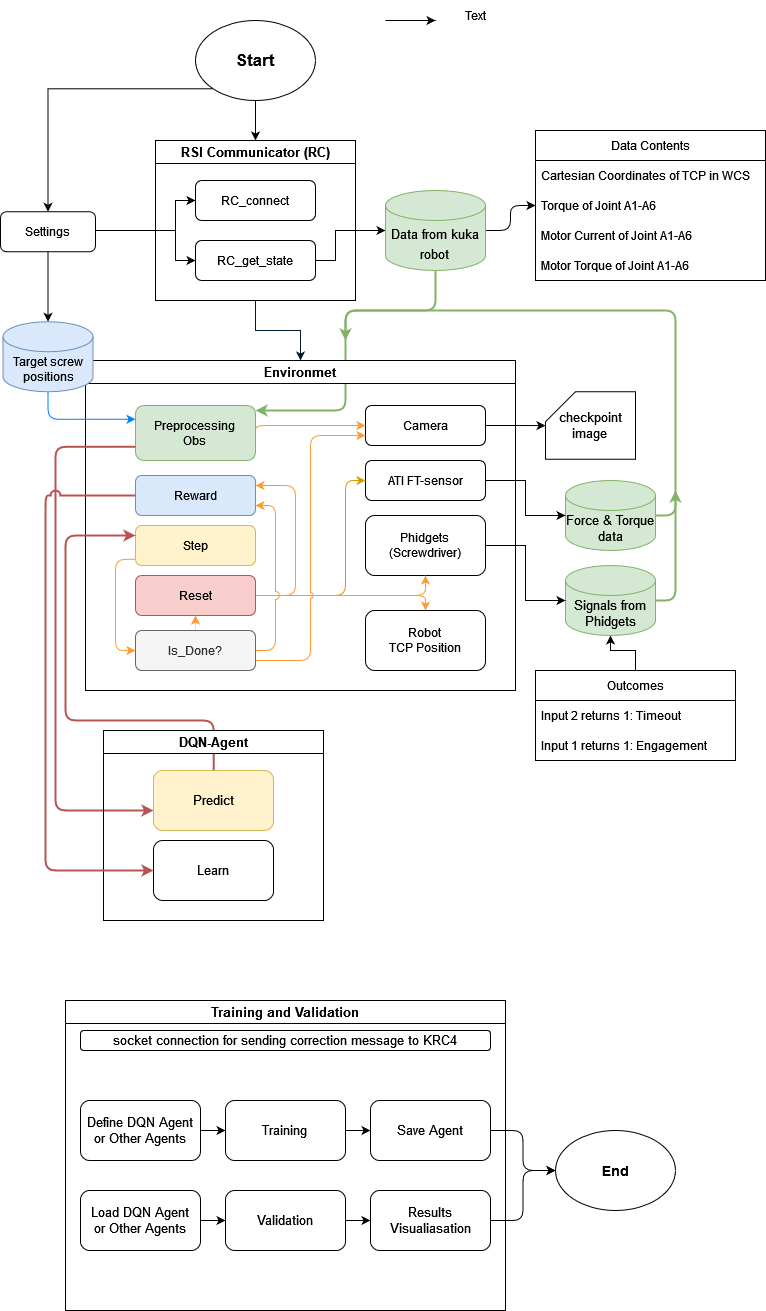
Above: New_Worflow.png in TONiiV/flowcharts (draw.io), before the change. Source tidied: cells renumbered, new cells last; positions are measured from the earlier drawing's top-left corner, leaving out a move shared by most shapes.
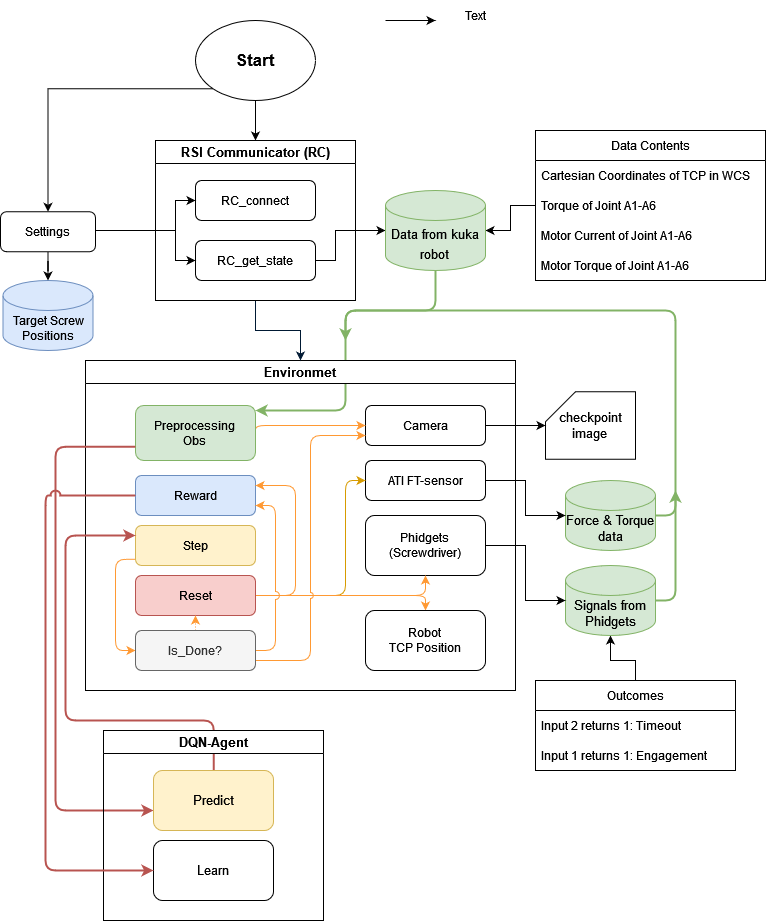
The same diagram one commit later.

The edit, as a diff of the source:
```diff
@@ -34,7 +34,7 @@
         </Array>
       </mxGeometry>
     </mxCell>
-    <mxCell id="9" style="edgeStyle=orthogonalEdgeStyle;rounded=1;jettySize=auto;html=1;exitX=1;exitY=0.5;exitDx=0;exitDy=0;exitPerimeter=0;fontSize=12;strokeWidth=1;" parent="1" edge="1" source="10" target="52">
+    <mxCell id="9" style="edgeStyle=orthogonalEdgeStyle;rounded=0;jettySize=auto;html=1;fontSize=12;strokeWidth=1;entryX=1;entryY=0.5;entryDx=0;entryDy=0;entryPerimeter=0;" parent="1" edge="1" source="52" target="10">
       <mxGeometry relative="1" as="geometry" />
     </mxCell>
     <mxCell id="10" value="&lt;font style=&quot;font-size: 13px&quot;&gt;Data from kuka robot&lt;br&gt;&lt;/font&gt;" style="shape=cylinder3;whiteSpace=wrap;html=1;boundedLbl=1;backgroundOutline=1;size=15;fontSize=17;fillColor=#d5e8d4;strokeColor=#82b366;" parent="1" vertex="1">
@@ -159,51 +159,6 @@
     <mxCell id="36" style="edgeStyle=orthogonalEdgeStyle;rounded=0;jettySize=auto;html=1;fontSize=13;" parent="1" edge="1" source="12" target="35">
       <mxGeometry relative="1" as="geometry" />
     </mxCell>
-    <mxCell id="37" value="Training and Validation" style="swimlane;fontSize=13;" parent="1" vertex="1">
-      <mxGeometry x="65" y="1000" width="440" height="310" as="geometry" />
-    </mxCell>
-    <mxCell id="38" style="edgeStyle=orthogonalEdgeStyle;rounded=0;jettySize=auto;html=1;exitX=1;exitY=0.5;exitDx=0;exitDy=0;entryX=0;entryY=0.5;entryDx=0;entryDy=0;fontSize=13;strokeWidth=1;" parent="37" edge="1" source="39" target="41">
-      <mxGeometry relative="1" as="geometry" />
-    </mxCell>
-    <mxCell id="39" value="&lt;div&gt;Define DQN Agent&lt;/div&gt;&lt;div&gt;or Other Agents&lt;br&gt;&lt;/div&gt;" style="rounded=1;whiteSpace=wrap;html=1;fontSize=13;" parent="37" vertex="1">
-      <mxGeometry x="15" y="100" width="120" height="60" as="geometry" />
-    </mxCell>
-    <mxCell id="40" style="edgeStyle=orthogonalEdgeStyle;rounded=1;jettySize=auto;html=1;exitX=1;exitY=0.5;exitDx=0;exitDy=0;entryX=0;entryY=0.5;entryDx=0;entryDy=0;fontSize=13;strokeWidth=1;" parent="37" edge="1" source="41" target="43">
-      <mxGeometry relative="1" as="geometry" />
-    </mxCell>
-    <mxCell id="41" value="&lt;div&gt;Training&lt;br&gt;&lt;/div&gt;" style="rounded=1;whiteSpace=wrap;html=1;fontSize=13;" parent="37" vertex="1">
-      <mxGeometry x="160" y="100" width="120" height="60" as="geometry" />
-    </mxCell>
-    <mxCell id="42" value="socket connection for sending correction message to KRC4" style="rounded=1;whiteSpace=wrap;html=1;fontSize=13;" parent="37" vertex="1">
-      <mxGeometry x="15" y="30" width="410" height="20" as="geometry" />
-    </mxCell>
-    <mxCell id="43" value="Save Agent" style="rounded=1;whiteSpace=wrap;html=1;fontSize=13;" parent="37" vertex="1">
-      <mxGeometry x="305" y="100" width="120" height="60" as="geometry" />
-    </mxCell>
-    <mxCell id="44" style="edgeStyle=orthogonalEdgeStyle;rounded=1;jettySize=auto;html=1;exitX=1;exitY=0.5;exitDx=0;exitDy=0;entryX=0;entryY=0.5;entryDx=0;entryDy=0;fontSize=13;strokeWidth=1;" parent="37" edge="1" source="45" target="47">
-      <mxGeometry relative="1" as="geometry" />
-    </mxCell>
-    <mxCell id="45" value="&lt;div&gt;Load DQN Agent&lt;/div&gt;&lt;div&gt;or Other Agents&lt;br&gt;&lt;/div&gt;" style="rounded=1;whiteSpace=wrap;html=1;fontSize=13;" parent="37" vertex="1">
-      <mxGeometry x="15" y="190" width="120" height="60" as="geometry" />
-    </mxCell>
-    <mxCell id="46" style="edgeStyle=orthogonalEdgeStyle;rounded=1;jettySize=auto;html=1;exitX=1;exitY=0.5;exitDx=0;exitDy=0;entryX=0;entryY=0.5;entryDx=0;entryDy=0;fontSize=13;strokeWidth=1;" parent="37" edge="1" source="47" target="48">
-      <mxGeometry relative="1" as="geometry" />
-    </mxCell>
-    <mxCell id="47" value="Validation" style="rounded=1;whiteSpace=wrap;html=1;fontSize=13;" parent="37" vertex="1">
-      <mxGeometry x="160" y="190" width="120" height="60" as="geometry" />
-    </mxCell>
-    <mxCell id="48" value="Results Visualiasation" style="rounded=1;whiteSpace=wrap;html=1;fontSize=13;" parent="37" vertex="1">
-      <mxGeometry x="305" y="190" width="120" height="60" as="geometry" />
-    </mxCell>
-    <mxCell id="49" value="&lt;b&gt;&lt;font style=&quot;font-size: 14px&quot;&gt;End&lt;/font&gt;&lt;/b&gt;" style="ellipse;whiteSpace=wrap;html=1;" parent="1" vertex="1">
-      <mxGeometry x="555" y="1130" width="120" height="80" as="geometry" />
-    </mxCell>
-    <mxCell id="50" style="edgeStyle=orthogonalEdgeStyle;rounded=1;jettySize=auto;html=1;exitX=1;exitY=0.5;exitDx=0;exitDy=0;fontSize=14;strokeWidth=1;" parent="1" edge="1" source="43" target="49">
-      <mxGeometry relative="1" as="geometry" />
-    </mxCell>
-    <mxCell id="51" style="edgeStyle=orthogonalEdgeStyle;rounded=1;jettySize=auto;html=1;exitX=1;exitY=0.5;exitDx=0;exitDy=0;fontSize=14;strokeWidth=1;" parent="1" edge="1" source="48" target="49">
-      <mxGeometry relative="1" as="geometry" />
-    </mxCell>
     <mxCell id="52" value="Data Contents" style="swimlane;fontStyle=0;horizontal=1;startSize=30;fontSize=12;" parent="1" vertex="1">
       <mxGeometry x="535" y="130" width="230" height="150" as="geometry" />
     </mxCell>
@@ -219,11 +174,8 @@
     <mxCell id="56" value="Motor Torque of Joint A1-A6 " style="text;strokeColor=none;fillColor=none;align=left;verticalAlign=middle;spacingLeft=4;spacingRight=4;overflow=hidden;fontSize=12;" parent="52" vertex="1">
       <mxGeometry y="120" width="230" height="30" as="geometry" />
     </mxCell>
-    <mxCell id="57" style="edgeStyle=orthogonalEdgeStyle;rounded=1;jettySize=auto;html=1;exitX=0.5;exitY=1;exitDx=0;exitDy=0;exitPerimeter=0;entryX=0;entryY=0.25;entryDx=0;entryDy=0;strokeColor=#007FFF;" parent="1" edge="1" source="58" target="16">
-      <mxGeometry relative="1" as="geometry" />
-    </mxCell>
-    <mxCell id="58" value="Target screw positions" style="shape=cylinder3;whiteSpace=wrap;html=1;boundedLbl=1;backgroundOutline=1;size=15;fillColor=#dae8fc;strokeColor=#6c8ebf;" parent="1" vertex="1">
-      <mxGeometry x="2.5" y="321.2" width="90" height="70" as="geometry" />
+    <mxCell id="58" value="Target Screw Positions" style="shape=cylinder3;whiteSpace=wrap;html=1;boundedLbl=1;backgroundOutline=1;size=15;fillColor=#dae8fc;strokeColor=#6c8ebf;" parent="1" vertex="1">
+      <mxGeometry x="2.5" y="280" width="90" height="70" as="geometry" />
     </mxCell>
     <mxCell id="59" style="edgeStyle=orthogonalEdgeStyle;rounded=1;jettySize=auto;html=1;exitX=1;exitY=0.5;exitDx=0;exitDy=0;exitPerimeter=0;fillColor=#d5e8d4;strokeColor=#82b366;strokeWidth=2;" parent="1" edge="1" source="61">
       <mxGeometry relative="1" as="geometry">
@@ -233,8 +185,8 @@
     <mxCell id="60" style="edgeStyle=orthogonalEdgeStyle;rounded=0;jettySize=auto;html=1;exitX=0.5;exitY=0;exitDx=0;exitDy=0;strokeWidth=1;entryX=0.5;entryY=1;entryDx=0;entryDy=0;entryPerimeter=0;" parent="1" edge="1" source="63" target="61">
       <mxGeometry relative="1" as="geometry">
         <Array as="points">
-          <mxPoint x="635" y="650" />
-          <mxPoint x="610" y="650" />
+          <mxPoint x="635" y="660" />
+          <mxPoint x="610" y="660" />
         </Array>
       </mxGeometry>
     </mxCell>
@@ -245,7 +197,7 @@
       <mxGeometry relative="1" as="geometry" />
     </mxCell>
     <mxCell id="63" value="Outcomes" style="swimlane;fontStyle=0;horizontal=1;startSize=30;fontSize=12;" parent="1" vertex="1">
-      <mxGeometry x="535" y="670" width="200" height="90" as="geometry" />
+      <mxGeometry x="535" y="680" width="200" height="90" as="geometry" />
     </mxCell>
     <mxCell id="64" value="Input 2 returns 1: Timeout" style="text;strokeColor=none;fillColor=none;align=left;verticalAlign=middle;spacingLeft=4;spacingRight=4;overflow=hidden;fontSize=12;" parent="63" vertex="1">
       <mxGeometry y="30" width="200" height="30" as="geometry" />
```
